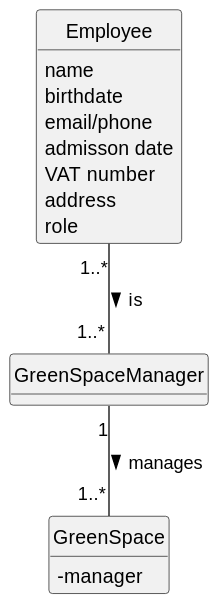
Above: docs/sprintC/US027/02.analysis/svg/us027-domain-model.svg in LopemigueISEP/lei-24-s2-1nb-g312 (PlantUML), before the change.
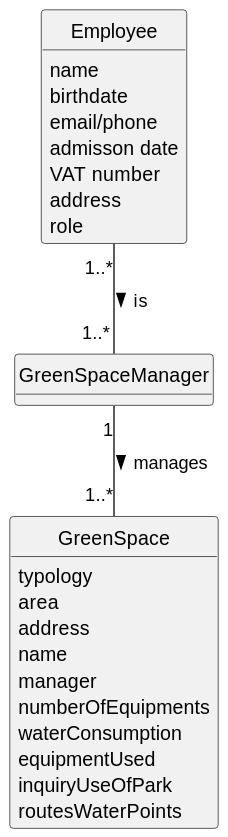
Above is the later version.

Commit message:
US27 - local domain model minor correction #8

Diff of the diagram source:
```diff
@@ -25,8 +25,17 @@
 }
 
 
-class GreenSpace{
-- manager
+class GreenSpace {
+    typology
+    area
+    address
+    name
+    manager
+    numberOfEquipments
+    waterConsumption
+    equipmentUsed
+    inquiryUseOfPark
+    routesWaterPoints
 }
 
 
```
